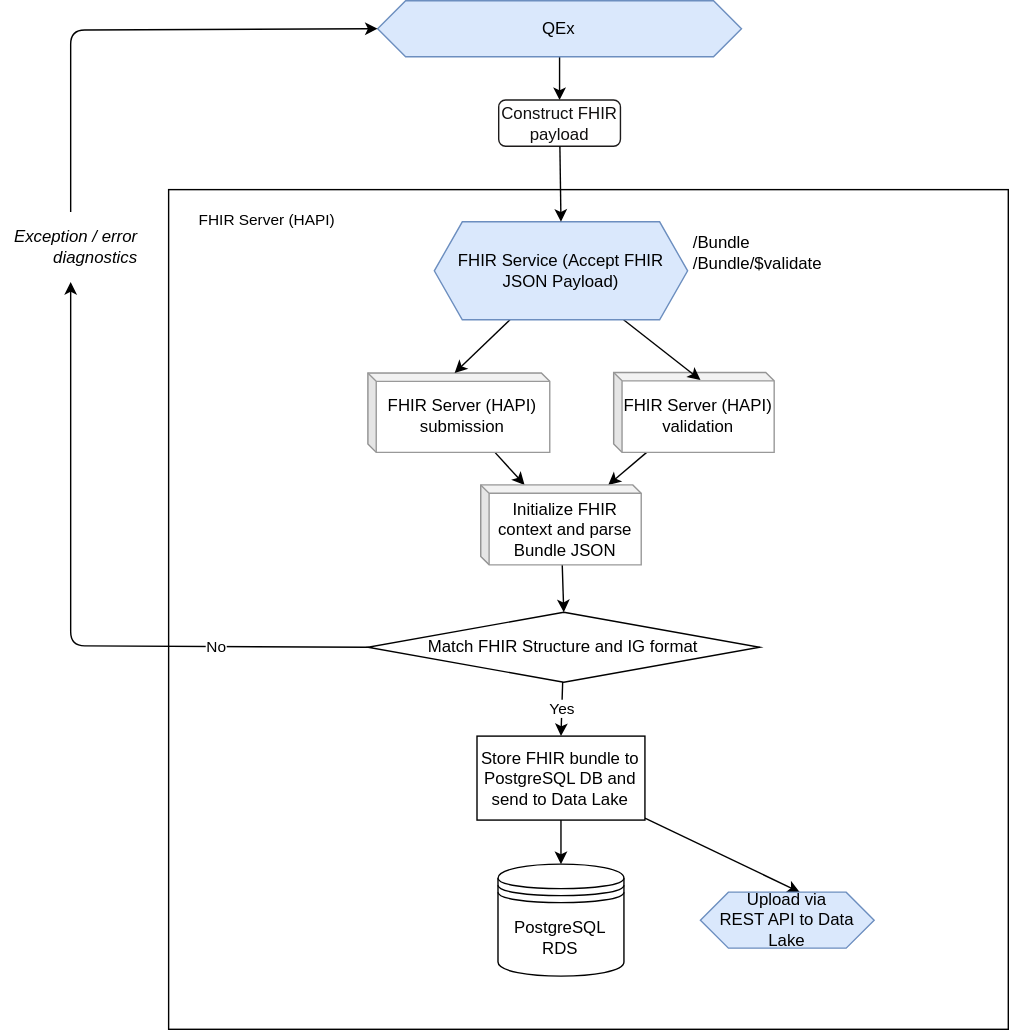
The draw.io diagram support/docs/qcs-fhir-service.drawio.svg in qe-collaborative-services/1115-hub, before a commit. Source tidied: cells renumbered, new cells last; positions are measured from the earlier drawing's top-left corner, leaving out a move shared by most shapes. Its diagram source:
```xml
<mxGraphModel>
  <root>
    <mxCell id="0" />
    <mxCell id="1" parent="0" />
    <mxCell id="2" style="edgeStyle=none;html=1;" parent="1" edge="1" source="3" target="6">
      <mxGeometry relative="1" as="geometry" />
    </mxCell>
    <mxCell id="3" value="QEx" style="shape=hexagon;perimeter=hexagonPerimeter2;whiteSpace=wrap;html=1;fixedSize=1;fillColor=#dae8fc;strokeColor=#6c8ebf;" parent="1" vertex="1">
      <mxGeometry x="269.4" width="260" height="40" as="geometry" />
    </mxCell>
    <mxCell id="4" style="edgeStyle=none;html=1;entryX=0;entryY=0.5;entryDx=0;entryDy=0;fontColor=#999999;" parent="1" edge="1" source="5" target="3">
      <mxGeometry relative="1" as="geometry">
        <Array as="points">
          <mxPoint x="50" y="21" />
        </Array>
      </mxGeometry>
    </mxCell>
    <mxCell id="5" value="&lt;span style=&quot;&quot;&gt;Exception / error diagnostics&lt;/span&gt;" style="text;html=1;strokeColor=none;fillColor=none;align=right;verticalAlign=middle;whiteSpace=wrap;rounded=0;fontStyle=2;" parent="1" vertex="1">
      <mxGeometry y="151" width="100" height="50" as="geometry" />
    </mxCell>
    <mxCell id="6" value="&lt;font color=&quot;#100f0f&quot;&gt;Construct FHIR payload&lt;/font&gt;" style="rounded=1;whiteSpace=wrap;html=1;fontColor=#999999;strokeColor=#1d1b1b;" parent="1" vertex="1">
      <mxGeometry x="355.9" y="71" width="87" height="33" as="geometry" />
    </mxCell>
    <mxCell id="7" style="html=1;whiteSpace=wrap;" parent="1" vertex="1">
      <mxGeometry x="120" y="135" width="600" height="600" as="geometry" />
    </mxCell>
    <mxCell id="8" style="edgeStyle=none;html=1;fontColor=#000000;" parent="7" edge="1" source="9" target="19">
      <mxGeometry relative="1" as="geometry" />
    </mxCell>
    <mxCell id="9" value="&lt;font color=&quot;#000000&quot;&gt;FHIR Server (HAPI) submission&lt;/font&gt;" style="shape=cube;whiteSpace=wrap;html=1;boundedLbl=1;backgroundOutline=1;darkOpacity=0.05;darkOpacity2=0.1;strokeColor=#999999;fontColor=#999999;size=6;" parent="7" vertex="1">
      <mxGeometry x="142.3" y="131" width="130" height="56.8" as="geometry" />
    </mxCell>
    <mxCell id="10" style="edgeStyle=none;html=1;fontColor=#000000;" parent="7" edge="1" source="11" target="19">
      <mxGeometry relative="1" as="geometry" />
    </mxCell>
    <mxCell id="11" value="&lt;font color=&quot;#000000&quot;&gt;FHIR Server (HAPI) validation&lt;/font&gt;" style="shape=cube;whiteSpace=wrap;html=1;boundedLbl=1;backgroundOutline=1;darkOpacity=0.05;darkOpacity2=0.1;strokeColor=#999999;fontColor=#999999;size=6;" parent="7" vertex="1">
      <mxGeometry x="318" y="130.6" width="114.7" height="57.1" as="geometry" />
    </mxCell>
    <mxCell id="12" value="Match FHIR Structure and IG format" style="rhombus;whiteSpace=wrap;html=1;" parent="7" vertex="1">
      <mxGeometry x="142.3" y="302" width="280" height="50" as="geometry" />
    </mxCell>
    <mxCell id="13" value="Yes" style="edgeStyle=none;html=1;entryX=0.5;entryY=0;entryDx=0;entryDy=0;" parent="7" edge="1" source="12" target="17">
      <mxGeometry relative="1" as="geometry" />
    </mxCell>
    <mxCell id="14" value="FHIR Server (HAPI)" style="edgeLabel;html=1;align=center;verticalAlign=middle;fontColor=#000000;" parent="7" vertex="1">
      <mxGeometry x="-10" y="300" as="geometry">
        <mxPoint x="80" y="-278" as="offset" />
      </mxGeometry>
    </mxCell>
    <mxCell id="15" style="edgeStyle=none;html=1;entryX=0.5;entryY=0;entryDx=0;entryDy=0;" parent="7" edge="1" source="17" target="20">
      <mxGeometry relative="1" as="geometry" />
    </mxCell>
    <mxCell id="16" style="edgeStyle=none;html=1;entryX=0.572;entryY=0;entryDx=0;entryDy=0;entryPerimeter=0;" parent="7" edge="1" source="17" target="21">
      <mxGeometry relative="1" as="geometry" />
    </mxCell>
    <mxCell id="17" value="Store FHIR bundle to PostgreSQL DB and send to Data Lake" style="rounded=0;whiteSpace=wrap;html=1;" parent="7" vertex="1">
      <mxGeometry x="220.3" y="390.5" width="120" height="60" as="geometry" />
    </mxCell>
    <mxCell id="18" style="edgeStyle=none;html=1;entryX=0.5;entryY=0;entryDx=0;entryDy=0;fontColor=#000000;" parent="7" edge="1" source="19" target="12">
      <mxGeometry relative="1" as="geometry" />
    </mxCell>
    <mxCell id="19" value="&lt;font color=&quot;#000000&quot;&gt;Initialize FHIR context and parse Bundle JSON&lt;/font&gt;" style="shape=cube;whiteSpace=wrap;html=1;boundedLbl=1;backgroundOutline=1;darkOpacity=0.05;darkOpacity2=0.1;strokeColor=#999999;fontColor=#999999;size=6;" parent="7" vertex="1">
      <mxGeometry x="223" y="211" width="114.7" height="57.1" as="geometry" />
    </mxCell>
    <mxCell id="20" value="PostgreSQL RDS" style="shape=datastore;whiteSpace=wrap;html=1;" parent="7" vertex="1">
      <mxGeometry x="235.4" y="482" width="90" height="80" as="geometry" />
    </mxCell>
    <mxCell id="21" value="Upload via&lt;br&gt;REST API to Data Lake" style="shape=hexagon;perimeter=hexagonPerimeter2;whiteSpace=wrap;html=1;fixedSize=1;fillColor=#dae8fc;strokeColor=#6c8ebf;" parent="7" vertex="1">
      <mxGeometry x="380" y="502" width="124.2" height="40" as="geometry" />
    </mxCell>
    <mxCell id="22" style="edgeStyle=none;html=1;entryX=0.541;entryY=0.094;entryDx=0;entryDy=0;entryPerimeter=0;" parent="7" edge="1" source="24" target="11">
      <mxGeometry relative="1" as="geometry" />
    </mxCell>
    <mxCell id="23" style="edgeStyle=none;html=1;entryX=0;entryY=0;entryDx=62;entryDy=0;entryPerimeter=0;" parent="7" edge="1" source="24" target="9">
      <mxGeometry relative="1" as="geometry" />
    </mxCell>
    <mxCell id="24" value="FHIR Service (Accept FHIR JSON Payload)" style="shape=hexagon;perimeter=hexagonPerimeter2;whiteSpace=wrap;html=1;fixedSize=1;fillColor=#dae8fc;strokeColor=#6c8ebf;" parent="7" vertex="1">
      <mxGeometry x="189.9" y="23" width="181" height="70" as="geometry" />
    </mxCell>
    <mxCell id="25" value="/Bundle&lt;br&gt;/Bundle/$validate" style="text;html=1;align=left;verticalAlign=middle;strokeColor=none;fillColor=none;fontColor=#000000;" parent="7" vertex="1">
      <mxGeometry x="372.9" y="25" width="120" height="40" as="geometry" />
    </mxCell>
    <mxCell id="26" style="edgeStyle=none;html=1;fontColor=#000000;exitX=0;exitY=0.5;exitDx=0;exitDy=0;" parent="1" edge="1" source="12" target="5">
      <mxGeometry relative="1" as="geometry">
        <Array as="points">
          <mxPoint x="50" y="461" />
        </Array>
      </mxGeometry>
    </mxCell>
    <mxCell id="27" value="No" style="edgeLabel;html=1;align=center;verticalAlign=middle;fontColor=#000000;" parent="26" vertex="1">
      <mxGeometry x="-0.54" relative="1" as="geometry" />
    </mxCell>
    <mxCell id="28" style="edgeStyle=none;html=1;entryX=0.5;entryY=0;entryDx=0;entryDy=0;" parent="1" edge="1" source="6" target="24">
      <mxGeometry relative="1" as="geometry" />
    </mxCell>
  </root>
</mxGraphModel>
```
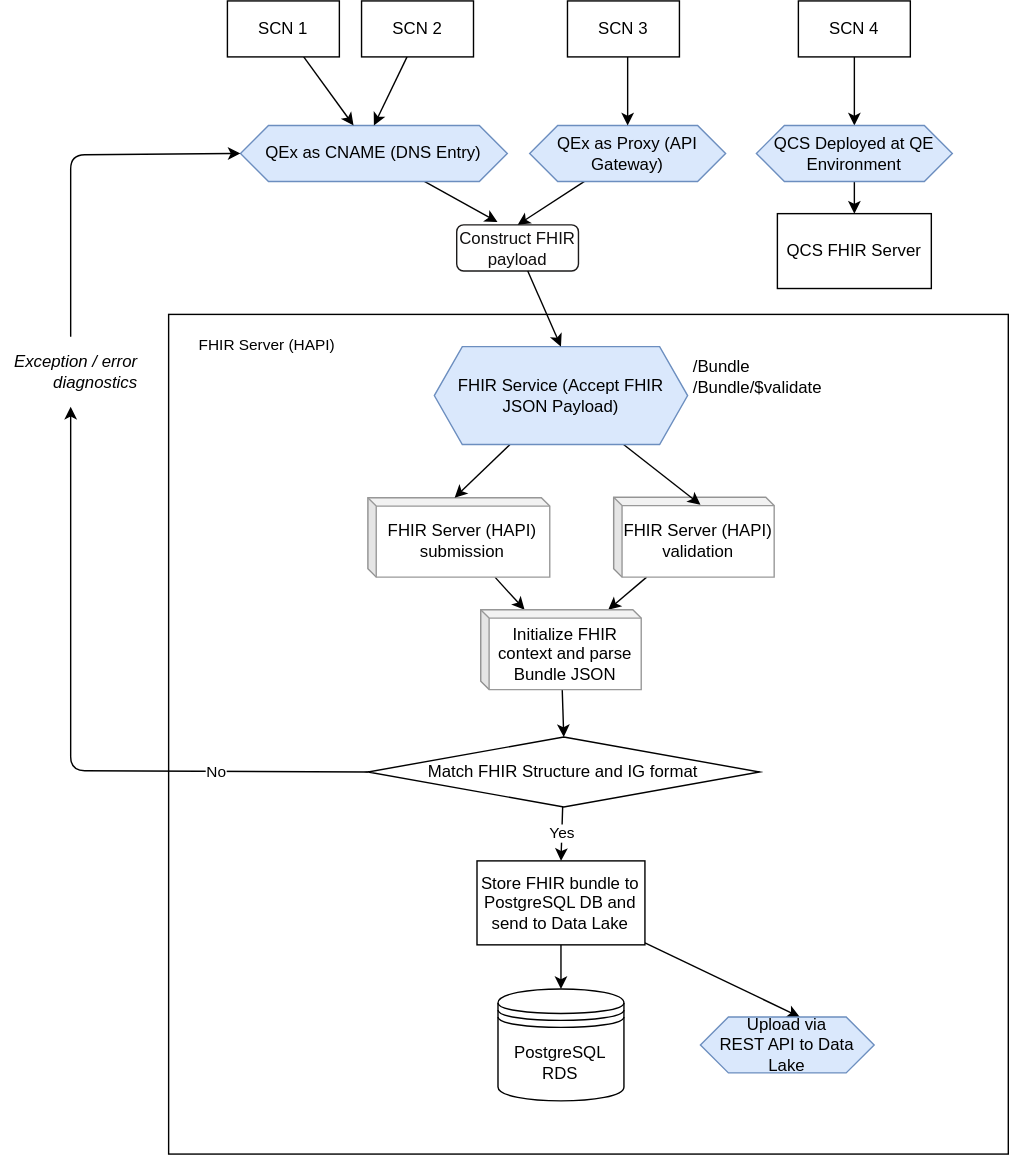
Above is the later version.

Commit message:
docs: add FHIR server access options

Change to the diagram source:
```diff
@@ -2,27 +2,27 @@
   <root>
     <mxCell id="0" />
     <mxCell id="1" parent="0" />
-    <mxCell id="2" style="edgeStyle=none;html=1;" parent="1" edge="1" source="3" target="6">
+    <mxCell id="2" style="edgeStyle=none;html=1;entryX=0.335;entryY=-0.061;entryDx=0;entryDy=0;entryPerimeter=0;" parent="1" edge="1" source="3" target="6">
       <mxGeometry relative="1" as="geometry" />
     </mxCell>
-    <mxCell id="3" value="QEx" style="shape=hexagon;perimeter=hexagonPerimeter2;whiteSpace=wrap;html=1;fixedSize=1;fillColor=#dae8fc;strokeColor=#6c8ebf;" parent="1" vertex="1">
-      <mxGeometry x="269.4" width="260" height="40" as="geometry" />
+    <mxCell id="3" value="QEx as CNAME (DNS Entry)" style="shape=hexagon;perimeter=hexagonPerimeter2;whiteSpace=wrap;html=1;fixedSize=1;fillColor=#dae8fc;strokeColor=#6c8ebf;" parent="1" vertex="1">
+      <mxGeometry x="174.4" y="98" width="190.7" height="40" as="geometry" />
     </mxCell>
     <mxCell id="4" style="edgeStyle=none;html=1;entryX=0;entryY=0.5;entryDx=0;entryDy=0;fontColor=#999999;" parent="1" edge="1" source="5" target="3">
       <mxGeometry relative="1" as="geometry">
         <Array as="points">
-          <mxPoint x="50" y="21" />
+          <mxPoint x="53" y="119" />
         </Array>
       </mxGeometry>
     </mxCell>
     <mxCell id="5" value="&lt;span style=&quot;&quot;&gt;Exception / error diagnostics&lt;/span&gt;" style="text;html=1;strokeColor=none;fillColor=none;align=right;verticalAlign=middle;whiteSpace=wrap;rounded=0;fontStyle=2;" parent="1" vertex="1">
-      <mxGeometry y="151" width="100" height="50" as="geometry" />
+      <mxGeometry x="3" y="249" width="100" height="50" as="geometry" />
     </mxCell>
     <mxCell id="6" value="&lt;font color=&quot;#100f0f&quot;&gt;Construct FHIR payload&lt;/font&gt;" style="rounded=1;whiteSpace=wrap;html=1;fontColor=#999999;strokeColor=#1d1b1b;" parent="1" vertex="1">
-      <mxGeometry x="355.9" y="71" width="87" height="33" as="geometry" />
+      <mxGeometry x="328.9" y="169" width="87" height="33" as="geometry" />
     </mxCell>
     <mxCell id="7" style="html=1;whiteSpace=wrap;" parent="1" vertex="1">
-      <mxGeometry x="120" y="135" width="600" height="600" as="geometry" />
+      <mxGeometry x="123" y="233" width="600" height="600" as="geometry" />
     </mxCell>
     <mxCell id="8" style="edgeStyle=none;html=1;fontColor=#000000;" parent="7" edge="1" source="9" target="19">
       <mxGeometry relative="1" as="geometry" />
@@ -83,7 +83,7 @@
     <mxCell id="26" style="edgeStyle=none;html=1;fontColor=#000000;exitX=0;exitY=0.5;exitDx=0;exitDy=0;" parent="1" edge="1" source="12" target="5">
       <mxGeometry relative="1" as="geometry">
         <Array as="points">
-          <mxPoint x="50" y="461" />
+          <mxPoint x="53" y="559" />
         </Array>
       </mxGeometry>
     </mxCell>
@@ -93,5 +93,48 @@
     <mxCell id="28" style="edgeStyle=none;html=1;entryX=0.5;entryY=0;entryDx=0;entryDy=0;" parent="1" edge="1" source="6" target="24">
       <mxGeometry relative="1" as="geometry" />
     </mxCell>
+    <mxCell id="29" style="edgeStyle=none;html=1;entryX=0.5;entryY=0;entryDx=0;entryDy=0;" parent="1" edge="1" source="30" target="6">
+      <mxGeometry relative="1" as="geometry" />
+    </mxCell>
+    <mxCell id="30" value="QEx as Proxy (API Gateway)" style="shape=hexagon;perimeter=hexagonPerimeter2;whiteSpace=wrap;html=1;fixedSize=1;fillColor=#dae8fc;strokeColor=#6c8ebf;" parent="1" vertex="1">
+      <mxGeometry x="381" y="98" width="140" height="40" as="geometry" />
+    </mxCell>
+    <mxCell id="31" style="edgeStyle=none;html=1;" parent="1" edge="1" source="32" target="3">
+      <mxGeometry relative="1" as="geometry" />
+    </mxCell>
+    <mxCell id="32" value="SCN 1" style="rounded=0;whiteSpace=wrap;html=1;" parent="1" vertex="1">
+      <mxGeometry x="165" y="9" width="80" height="40" as="geometry" />
+    </mxCell>
+    <mxCell id="33" style="edgeStyle=none;html=1;entryX=0.5;entryY=0;entryDx=0;entryDy=0;" parent="1" edge="1" target="3">
+      <mxGeometry relative="1" as="geometry">
+        <mxPoint x="293.4" y="49" as="sourcePoint" />
+      </mxGeometry>
+    </mxCell>
+    <mxCell id="34" style="edgeStyle=none;html=1;entryX=0.5;entryY=0;entryDx=0;entryDy=0;" parent="1" edge="1" target="30">
+      <mxGeometry relative="1" as="geometry">
+        <mxPoint x="451" y="49" as="sourcePoint" />
+      </mxGeometry>
+    </mxCell>
+    <mxCell id="35" value="SCN 2" style="rounded=0;whiteSpace=wrap;html=1;" parent="1" vertex="1">
+      <mxGeometry x="260.9" y="9" width="80" height="40" as="geometry" />
+    </mxCell>
+    <mxCell id="36" value="SCN 3" style="rounded=0;whiteSpace=wrap;html=1;" parent="1" vertex="1">
+      <mxGeometry x="408" y="9" width="80" height="40" as="geometry" />
+    </mxCell>
+    <mxCell id="37" style="edgeStyle=none;html=1;entryX=0.5;entryY=0;entryDx=0;entryDy=0;" parent="1" edge="1" source="38" target="40">
+      <mxGeometry relative="1" as="geometry" />
+    </mxCell>
+    <mxCell id="38" value="SCN 4" style="rounded=0;whiteSpace=wrap;html=1;" parent="1" vertex="1">
+      <mxGeometry x="573" y="9" width="80" height="40" as="geometry" />
+    </mxCell>
+    <mxCell id="39" style="edgeStyle=none;html=1;entryX=0.5;entryY=0;entryDx=0;entryDy=0;" parent="1" edge="1" source="40" target="41">
+      <mxGeometry relative="1" as="geometry" />
+    </mxCell>
+    <mxCell id="40" value="QCS Deployed at QE Environment" style="shape=hexagon;perimeter=hexagonPerimeter2;whiteSpace=wrap;html=1;fixedSize=1;fillColor=#dae8fc;strokeColor=#6c8ebf;" parent="1" vertex="1">
+      <mxGeometry x="543" y="98" width="140" height="40" as="geometry" />
+    </mxCell>
+    <mxCell id="41" value="QCS FHIR Server" style="rounded=0;whiteSpace=wrap;html=1;" parent="1" vertex="1">
+      <mxGeometry x="558" y="161" width="110" height="53.5" as="geometry" />
+    </mxCell>
   </root>
 </mxGraphModel>
```
